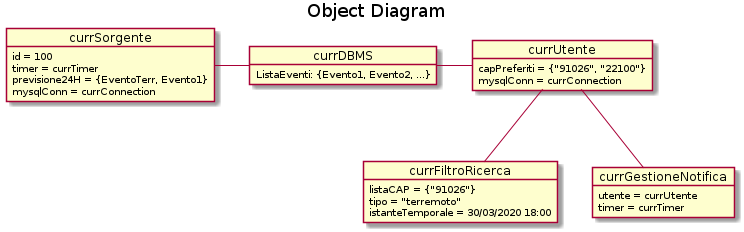
Before: build/diagrams/object.png, a diagram exported from PlantUML (xFA25E/sweng_14_2019).
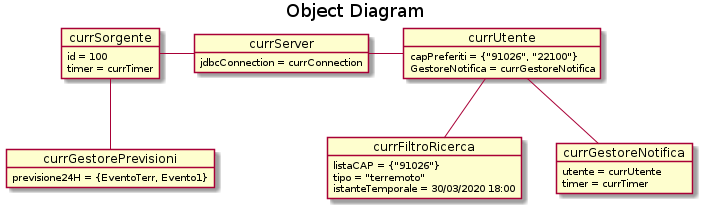
After the change.

What changed in the source:
```diff
@@ -1,20 +1,21 @@
 @startuml
 title Object Diagram
+object currGestorePrevisioni {
+    previsione24H = {EventoTerr, Evento1}
+}
 
 object currSorgente {
     id = 100
     timer = currTimer
-    previsione24H = {EventoTerr, Evento1}
-    mysqlConn = currConnection
 }
 
-object currDBMS {
-    ListaEventi: {Evento1, Evento2, ...}
+object currServer {
+    jdbcConnection = currConnection
 }
 
 object currUtente {
     capPreferiti = {"91026", "22100"}
-    mysqlConn = currConnection
+    GestoreNotifica = currGestoreNotifica
 }
 
 object currFiltroRicerca {
@@ -23,13 +24,14 @@
     istanteTemporale = 30/03/2020 18:00
 }
 
-object currGestioneNotifica {
+object currGestoreNotifica {
     utente = currUtente
     timer = currTimer
 }
 
-currSorgente - currDBMS
-currDBMS - currUtente
+currSorgente -- currGestorePrevisioni
+currSorgente - currServer
+currServer - currUtente
 currUtente -- currFiltroRicerca
-currUtente -- currGestioneNotifica
+currUtente -- currGestoreNotifica
 @enduml
```
